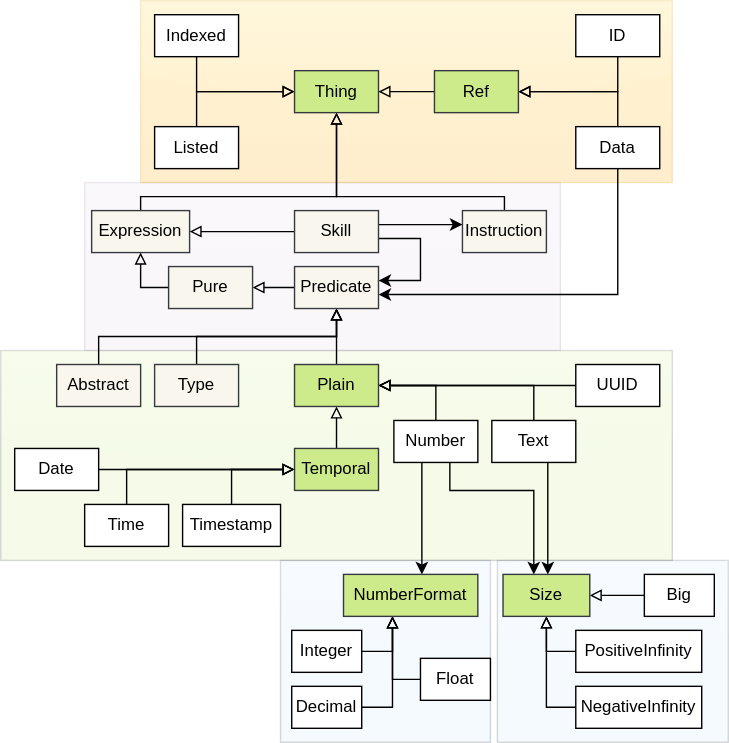
The draw.io diagram research/Things.svg in rudiments-dev/hardcore, before a commit. Source tidied: cells renumbered, new cells last; positions are measured from the earlier drawing's top-left corner, leaving out a move shared by most shapes. Source of this version:
```xml
<mxGraphModel>
  <root>
    <mxCell id="0" />
    <mxCell id="1" parent="0" />
    <mxCell id="2" style="rounded=0;whiteSpace=wrap;html=1;fontSize=12;fillColor=#e1d5e7;strokeColor=#9673a6;glass=1;opacity=20;" parent="1" vertex="1">
      <mxGeometry x="60" y="130" width="340" height="120" as="geometry" />
    </mxCell>
    <mxCell id="3" style="rounded=0;whiteSpace=wrap;html=1;fontSize=12;fillColor=#ffcd28;strokeColor=#d79b00;glass=1;opacity=20;gradientColor=#ffa500;" parent="1" vertex="1">
      <mxGeometry x="100" width="380" height="130" as="geometry" />
    </mxCell>
    <mxCell id="4" style="rounded=0;whiteSpace=wrap;html=1;fontSize=12;fillColor=#cce5ff;strokeColor=#36393d;glass=1;opacity=20;" parent="1" vertex="1">
      <mxGeometry x="200" y="400" width="150" height="130" as="geometry" />
    </mxCell>
    <mxCell id="5" style="rounded=0;whiteSpace=wrap;html=1;fontSize=12;fillColor=#cce5ff;strokeColor=#36393d;glass=1;opacity=20;" parent="1" vertex="1">
      <mxGeometry x="355" y="400" width="165" height="130" as="geometry" />
    </mxCell>
    <mxCell id="6" style="rounded=0;whiteSpace=wrap;html=1;fontSize=12;fillColor=#cdeb8b;strokeColor=#36393d;glass=1;opacity=20;" parent="1" vertex="1">
      <mxGeometry y="250" width="480" height="150" as="geometry" />
    </mxCell>
    <mxCell id="7" style="edgeStyle=orthogonalEdgeStyle;rounded=0;jettySize=auto;html=1;endArrow=none;endFill=0;fontSize=12;startArrow=block;startFill=0;jumpStyle=arc;" parent="1" edge="1" source="54" target="15">
      <mxGeometry relative="1" as="geometry">
        <Array as="points">
          <mxPoint x="441" y="65" />
        </Array>
      </mxGeometry>
    </mxCell>
    <mxCell id="8" style="edgeStyle=orthogonalEdgeStyle;rounded=0;jettySize=auto;html=1;endArrow=classic;endFill=1;fontSize=12;startArrow=none;startFill=0;startSize=12;" parent="1" edge="1" source="25" target="41">
      <mxGeometry relative="1" as="geometry">
        <Array as="points">
          <mxPoint x="321" y="350" />
          <mxPoint x="381" y="350" />
        </Array>
      </mxGeometry>
    </mxCell>
    <mxCell id="9" style="edgeStyle=orthogonalEdgeStyle;rounded=0;jettySize=auto;html=1;endArrow=none;endFill=0;fontSize=12;startArrow=block;startFill=0;" parent="1" edge="1" source="11" target="34">
      <mxGeometry relative="1" as="geometry" />
    </mxCell>
    <mxCell id="10" style="edgeStyle=orthogonalEdgeStyle;rounded=0;jettySize=auto;html=1;endArrow=none;endFill=0;fontSize=12;startArrow=block;startFill=0;" parent="1" edge="1" source="11" target="35">
      <mxGeometry relative="1" as="geometry" />
    </mxCell>
    <mxCell id="11" value="Thing" style="rounded=0;whiteSpace=wrap;html=1;fontSize=12;fillColor=#cdeb8b;strokeColor=#36393d;" parent="1" vertex="1">
      <mxGeometry x="210" y="50" width="60" height="30" as="geometry" />
    </mxCell>
    <mxCell id="12" style="edgeStyle=orthogonalEdgeStyle;rounded=0;jumpSize=12;jettySize=auto;html=1;endArrow=block;endFill=0;" parent="1" edge="1" source="13" target="61">
      <mxGeometry relative="1" as="geometry">
        <Array as="points">
          <mxPoint x="70" y="240" />
          <mxPoint x="240" y="240" />
        </Array>
      </mxGeometry>
    </mxCell>
    <mxCell id="13" value="Abstract" style="rounded=0;whiteSpace=wrap;html=1;fontSize=12;fillColor=#f9f7ed;strokeColor=#36393d;" parent="1" vertex="1">
      <mxGeometry x="40" y="260" width="60" height="30" as="geometry" />
    </mxCell>
    <mxCell id="14" style="edgeStyle=orthogonalEdgeStyle;rounded=0;jumpSize=12;jettySize=auto;html=1;endArrow=classic;endFill=1;" parent="1" edge="1" source="15" target="61">
      <mxGeometry relative="1" as="geometry">
        <Array as="points">
          <mxPoint x="441" y="210" />
        </Array>
      </mxGeometry>
    </mxCell>
    <mxCell id="15" value="Data" style="rounded=0;whiteSpace=wrap;html=1;fontSize=12;" parent="1" vertex="1">
      <mxGeometry x="411" y="90" width="60" height="30" as="geometry" />
    </mxCell>
    <mxCell id="16" style="edgeStyle=orthogonalEdgeStyle;rounded=0;jumpSize=12;jettySize=auto;html=1;endArrow=block;endFill=0;" parent="1" edge="1" source="17" target="61">
      <mxGeometry relative="1" as="geometry">
        <Array as="points">
          <mxPoint x="140" y="240" />
          <mxPoint x="240" y="240" />
        </Array>
      </mxGeometry>
    </mxCell>
    <mxCell id="17" value="Type" style="rounded=0;whiteSpace=wrap;html=1;fontSize=12;fillColor=#f9f7ed;strokeColor=#36393d;" parent="1" vertex="1">
      <mxGeometry x="110" y="260" width="60" height="30" as="geometry" />
    </mxCell>
    <mxCell id="18" style="edgeStyle=orthogonalEdgeStyle;rounded=0;jettySize=auto;html=1;endArrow=none;endFill=0;fontSize=12;startArrow=block;startFill=0;" parent="1" edge="1" source="23" target="25">
      <mxGeometry relative="1" as="geometry" />
    </mxCell>
    <mxCell id="19" style="edgeStyle=orthogonalEdgeStyle;rounded=0;jettySize=auto;html=1;endArrow=none;endFill=0;fontSize=12;startArrow=block;startFill=0;" parent="1" edge="1" source="23" target="26">
      <mxGeometry relative="1" as="geometry" />
    </mxCell>
    <mxCell id="20" style="edgeStyle=orthogonalEdgeStyle;rounded=0;jettySize=auto;html=1;endArrow=none;endFill=0;fontSize=12;startArrow=block;startFill=0;" parent="1" edge="1" source="23" target="30">
      <mxGeometry relative="1" as="geometry" />
    </mxCell>
    <mxCell id="21" style="edgeStyle=orthogonalEdgeStyle;rounded=0;jettySize=auto;html=1;endArrow=none;endFill=0;fontSize=12;startArrow=block;startFill=0;" parent="1" edge="1" source="23" target="36">
      <mxGeometry relative="1" as="geometry">
        <Array as="points">
          <mxPoint x="465" y="275" />
        </Array>
      </mxGeometry>
    </mxCell>
    <mxCell id="22" style="edgeStyle=orthogonalEdgeStyle;rounded=0;jumpSize=12;jettySize=auto;html=1;endArrow=block;endFill=0;" parent="1" edge="1" source="23" target="61">
      <mxGeometry relative="1" as="geometry" />
    </mxCell>
    <mxCell id="23" value="Plain" style="rounded=0;whiteSpace=wrap;html=1;fontSize=12;fillColor=#cdeb8b;strokeColor=#36393d;" parent="1" vertex="1">
      <mxGeometry x="210" y="260" width="60" height="30" as="geometry" />
    </mxCell>
    <mxCell id="24" style="edgeStyle=orthogonalEdgeStyle;rounded=0;jettySize=auto;html=1;startArrow=none;startFill=0;startSize=12;endArrow=classic;endFill=1;fontSize=12;" parent="1" edge="1" source="25" target="45">
      <mxGeometry relative="1" as="geometry">
        <Array as="points">
          <mxPoint x="301" y="350" />
          <mxPoint x="301" y="350" />
        </Array>
      </mxGeometry>
    </mxCell>
    <mxCell id="25" value="Number" style="rounded=0;whiteSpace=wrap;html=1;fontSize=12;" parent="1" vertex="1">
      <mxGeometry x="281" y="300" width="60" height="30" as="geometry" />
    </mxCell>
    <mxCell id="26" value="Text" style="rounded=0;whiteSpace=wrap;html=1;fontSize=12;" parent="1" vertex="1">
      <mxGeometry x="351" y="300" width="60" height="30" as="geometry" />
    </mxCell>
    <mxCell id="27" style="edgeStyle=orthogonalEdgeStyle;rounded=0;jettySize=auto;html=1;endArrow=none;endFill=0;fontSize=12;startArrow=block;startFill=0;" parent="1" edge="1" source="30" target="31">
      <mxGeometry relative="1" as="geometry" />
    </mxCell>
    <mxCell id="28" style="edgeStyle=orthogonalEdgeStyle;rounded=0;jettySize=auto;html=1;endArrow=none;endFill=0;fontSize=12;startArrow=block;startFill=0;" parent="1" edge="1" source="30" target="32">
      <mxGeometry relative="1" as="geometry" />
    </mxCell>
    <mxCell id="29" style="edgeStyle=orthogonalEdgeStyle;rounded=0;jettySize=auto;html=1;endArrow=none;endFill=0;fontSize=12;startArrow=block;startFill=0;" parent="1" edge="1" source="30" target="33">
      <mxGeometry relative="1" as="geometry" />
    </mxCell>
    <mxCell id="30" value="Temporal" style="rounded=0;whiteSpace=wrap;html=1;fontSize=12;fillColor=#cdeb8b;strokeColor=#36393d;" parent="1" vertex="1">
      <mxGeometry x="210" y="320" width="60" height="30" as="geometry" />
    </mxCell>
    <mxCell id="31" value="Date" style="rounded=0;whiteSpace=wrap;html=1;fontSize=12;" parent="1" vertex="1">
      <mxGeometry x="10" y="320" width="60" height="30" as="geometry" />
    </mxCell>
    <mxCell id="32" value="Time" style="rounded=0;whiteSpace=wrap;html=1;fontSize=12;" parent="1" vertex="1">
      <mxGeometry x="60" y="360" width="60" height="30" as="geometry" />
    </mxCell>
    <mxCell id="33" value="Timestamp" style="rounded=0;whiteSpace=wrap;html=1;fontSize=12;" parent="1" vertex="1">
      <mxGeometry x="130" y="360" width="70" height="30" as="geometry" />
    </mxCell>
    <mxCell id="34" value="Listed" style="rounded=0;whiteSpace=wrap;html=1;fontSize=12;" parent="1" vertex="1">
      <mxGeometry x="110" y="90" width="60" height="30" as="geometry" />
    </mxCell>
    <mxCell id="35" value="Indexed" style="rounded=0;whiteSpace=wrap;html=1;fontSize=12;" parent="1" vertex="1">
      <mxGeometry x="110" y="10" width="60" height="30" as="geometry" />
    </mxCell>
    <mxCell id="36" value="UUID" style="rounded=0;whiteSpace=wrap;html=1;fontSize=12;" parent="1" vertex="1">
      <mxGeometry x="411" y="260" width="60" height="30" as="geometry" />
    </mxCell>
    <mxCell id="37" style="edgeStyle=orthogonalEdgeStyle;rounded=0;jettySize=auto;html=1;endArrow=classic;endFill=1;fontSize=12;startArrow=none;startFill=0;startSize=12;" parent="1" edge="1" source="26" target="41">
      <mxGeometry relative="1" as="geometry">
        <Array as="points">
          <mxPoint x="391" y="380" />
          <mxPoint x="391" y="380" />
        </Array>
      </mxGeometry>
    </mxCell>
    <mxCell id="38" style="edgeStyle=orthogonalEdgeStyle;rounded=0;jettySize=auto;html=1;startArrow=block;startFill=0;startSize=6;endArrow=none;endFill=0;fontSize=12;" parent="1" edge="1" source="41" target="49">
      <mxGeometry relative="1" as="geometry" />
    </mxCell>
    <mxCell id="39" style="edgeStyle=orthogonalEdgeStyle;rounded=0;jettySize=auto;html=1;startArrow=block;startFill=0;startSize=6;endArrow=none;endFill=0;fontSize=12;" parent="1" edge="1" source="41" target="50">
      <mxGeometry relative="1" as="geometry">
        <Array as="points">
          <mxPoint x="390" y="465" />
        </Array>
      </mxGeometry>
    </mxCell>
    <mxCell id="40" style="edgeStyle=orthogonalEdgeStyle;rounded=0;jettySize=auto;html=1;startArrow=block;startFill=0;startSize=6;endArrow=none;endFill=0;fontSize=12;" parent="1" edge="1" source="41" target="51">
      <mxGeometry relative="1" as="geometry">
        <Array as="points">
          <mxPoint x="390" y="505" />
        </Array>
      </mxGeometry>
    </mxCell>
    <mxCell id="41" value="Size" style="rounded=0;whiteSpace=wrap;html=1;fontSize=12;fillColor=#cdeb8b;strokeColor=#36393d;" parent="1" vertex="1">
      <mxGeometry x="359" y="410" width="62" height="30" as="geometry" />
    </mxCell>
    <mxCell id="42" style="edgeStyle=orthogonalEdgeStyle;rounded=0;jettySize=auto;html=1;startArrow=block;startFill=0;startSize=6;endArrow=none;endFill=0;fontSize=12;" parent="1" edge="1" source="45" target="46">
      <mxGeometry relative="1" as="geometry">
        <Array as="points">
          <mxPoint x="280" y="465" />
        </Array>
      </mxGeometry>
    </mxCell>
    <mxCell id="43" style="edgeStyle=orthogonalEdgeStyle;rounded=0;jettySize=auto;html=1;startArrow=block;startFill=0;startSize=6;endArrow=none;endFill=0;fontSize=12;" parent="1" edge="1" source="45" target="47">
      <mxGeometry relative="1" as="geometry">
        <Array as="points">
          <mxPoint x="280" y="485" />
        </Array>
      </mxGeometry>
    </mxCell>
    <mxCell id="44" style="edgeStyle=orthogonalEdgeStyle;rounded=0;jettySize=auto;html=1;startArrow=block;startFill=0;startSize=6;endArrow=none;endFill=0;fontSize=12;" parent="1" edge="1" source="45" target="48">
      <mxGeometry relative="1" as="geometry">
        <Array as="points">
          <mxPoint x="280" y="505" />
        </Array>
      </mxGeometry>
    </mxCell>
    <mxCell id="45" value="NumberFormat" style="rounded=0;whiteSpace=wrap;html=1;fontSize=12;fillColor=#cdeb8b;strokeColor=#36393d;" parent="1" vertex="1">
      <mxGeometry x="245" y="410" width="96" height="30" as="geometry" />
    </mxCell>
    <mxCell id="46" value="Integer" style="rounded=0;whiteSpace=wrap;html=1;fontSize=12;" parent="1" vertex="1">
      <mxGeometry x="208" y="450" width="50" height="30" as="geometry" />
    </mxCell>
    <mxCell id="47" value="Float" style="rounded=0;whiteSpace=wrap;html=1;fontSize=12;" parent="1" vertex="1">
      <mxGeometry x="300" y="470" width="50" height="30" as="geometry" />
    </mxCell>
    <mxCell id="48" value="Decimal" style="rounded=0;whiteSpace=wrap;html=1;fontSize=12;" parent="1" vertex="1">
      <mxGeometry x="208" y="490" width="50" height="30" as="geometry" />
    </mxCell>
    <mxCell id="49" value="Big" style="rounded=0;whiteSpace=wrap;html=1;fontSize=12;" parent="1" vertex="1">
      <mxGeometry x="460" y="410" width="50" height="30" as="geometry" />
    </mxCell>
    <mxCell id="50" value="PositiveInfinity" style="rounded=0;whiteSpace=wrap;html=1;fontSize=12;" parent="1" vertex="1">
      <mxGeometry x="411" y="450" width="90" height="30" as="geometry" />
    </mxCell>
    <mxCell id="51" value="NegativeInfinity" style="rounded=0;whiteSpace=wrap;html=1;fontSize=12;" parent="1" vertex="1">
      <mxGeometry x="411" y="490" width="90" height="30" as="geometry" />
    </mxCell>
    <mxCell id="52" style="edgeStyle=orthogonalEdgeStyle;rounded=0;jumpStyle=arc;jettySize=auto;html=1;startArrow=block;startFill=0;startSize=6;endArrow=none;endFill=0;fontSize=12;" parent="1" edge="1" source="54" target="55">
      <mxGeometry relative="1" as="geometry">
        <Array as="points">
          <mxPoint x="441" y="65" />
        </Array>
      </mxGeometry>
    </mxCell>
    <mxCell id="53" style="edgeStyle=orthogonalEdgeStyle;rounded=0;jumpSize=12;jettySize=auto;html=1;endArrow=block;endFill=0;" parent="1" edge="1" source="54" target="11">
      <mxGeometry relative="1" as="geometry" />
    </mxCell>
    <mxCell id="54" value="Ref" style="rounded=0;whiteSpace=wrap;html=1;fontSize=12;fillColor=#cdeb8b;strokeColor=#36393d;" parent="1" vertex="1">
      <mxGeometry x="310" y="50" width="60" height="30" as="geometry" />
    </mxCell>
    <mxCell id="55" value="ID" style="rounded=0;whiteSpace=wrap;html=1;fontSize=12;" parent="1" vertex="1">
      <mxGeometry x="411" y="10" width="60" height="30" as="geometry" />
    </mxCell>
    <mxCell id="56" style="edgeStyle=orthogonalEdgeStyle;rounded=0;jumpSize=12;jettySize=auto;html=1;endArrow=block;endFill=0;" parent="1" edge="1" source="57" target="11">
      <mxGeometry relative="1" as="geometry">
        <Array as="points">
          <mxPoint x="360" y="140" />
          <mxPoint x="240" y="140" />
        </Array>
      </mxGeometry>
    </mxCell>
    <mxCell id="57" value="Instruction" style="rounded=0;whiteSpace=wrap;html=1;fontSize=12;fillColor=#f9f7ed;strokeColor=#36393d;" parent="1" vertex="1">
      <mxGeometry x="330" y="150" width="60" height="30" as="geometry" />
    </mxCell>
    <mxCell id="58" style="edgeStyle=orthogonalEdgeStyle;rounded=0;jumpSize=12;jettySize=auto;html=1;endArrow=block;endFill=0;" parent="1" edge="1" source="59" target="11">
      <mxGeometry relative="1" as="geometry">
        <Array as="points">
          <mxPoint x="100" y="140" />
          <mxPoint x="240" y="140" />
        </Array>
      </mxGeometry>
    </mxCell>
    <mxCell id="59" value="Expression" style="rounded=0;whiteSpace=wrap;html=1;fontSize=12;fillColor=#f9f7ed;strokeColor=#36393d;" parent="1" vertex="1">
      <mxGeometry x="65" y="150" width="70" height="30" as="geometry" />
    </mxCell>
    <mxCell id="60" style="edgeStyle=orthogonalEdgeStyle;rounded=0;jumpSize=12;jettySize=auto;html=1;endArrow=block;endFill=0;" parent="1" edge="1" source="61" target="67">
      <mxGeometry relative="1" as="geometry" />
    </mxCell>
    <mxCell id="61" value="Predicate" style="rounded=0;whiteSpace=wrap;html=1;fontSize=12;fillColor=#f9f7ed;strokeColor=#36393d;" parent="1" vertex="1">
      <mxGeometry x="210" y="190" width="60" height="30" as="geometry" />
    </mxCell>
    <mxCell id="62" style="edgeStyle=orthogonalEdgeStyle;rounded=0;jumpSize=12;jettySize=auto;html=1;endArrow=classic;endFill=1;" parent="1" edge="1" source="65" target="57">
      <mxGeometry relative="1" as="geometry">
        <Array as="points">
          <mxPoint x="290" y="160" />
          <mxPoint x="290" y="160" />
        </Array>
      </mxGeometry>
    </mxCell>
    <mxCell id="63" style="edgeStyle=orthogonalEdgeStyle;rounded=0;jumpSize=12;jettySize=auto;html=1;endArrow=classic;endFill=1;" parent="1" edge="1" source="65" target="61">
      <mxGeometry relative="1" as="geometry">
        <Array as="points">
          <mxPoint x="300" y="170" />
          <mxPoint x="300" y="200" />
        </Array>
      </mxGeometry>
    </mxCell>
    <mxCell id="64" style="edgeStyle=orthogonalEdgeStyle;rounded=0;jumpSize=12;jettySize=auto;html=1;endArrow=block;endFill=0;" parent="1" edge="1" source="65" target="59">
      <mxGeometry relative="1" as="geometry" />
    </mxCell>
    <mxCell id="65" value="Skill" style="rounded=0;whiteSpace=wrap;html=1;fontSize=12;fillColor=#f9f7ed;strokeColor=#36393d;" parent="1" vertex="1">
      <mxGeometry x="210" y="150" width="60" height="30" as="geometry" />
    </mxCell>
    <mxCell id="66" style="edgeStyle=orthogonalEdgeStyle;rounded=0;jumpSize=12;jettySize=auto;html=1;endArrow=block;endFill=0;" parent="1" edge="1" source="67" target="59">
      <mxGeometry relative="1" as="geometry">
        <Array as="points">
          <mxPoint x="100" y="205" />
        </Array>
      </mxGeometry>
    </mxCell>
    <mxCell id="67" value="Pure" style="rounded=0;whiteSpace=wrap;html=1;fontSize=12;fillColor=#f9f7ed;strokeColor=#36393d;" parent="1" vertex="1">
      <mxGeometry x="120" y="190" width="60" height="30" as="geometry" />
    </mxCell>
  </root>
</mxGraphModel>
```
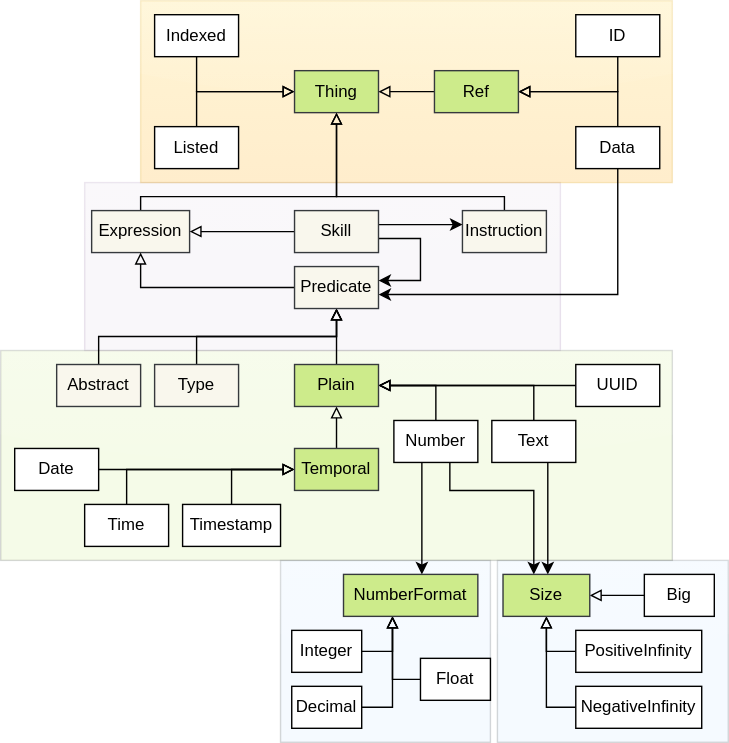
After the commit.

Change to the diagram source:
```diff
@@ -247,7 +247,7 @@
     <mxCell id="59" value="Expression" style="rounded=0;whiteSpace=wrap;html=1;fontSize=12;fillColor=#f9f7ed;strokeColor=#36393d;" parent="1" vertex="1">
       <mxGeometry x="65" y="150" width="70" height="30" as="geometry" />
     </mxCell>
-    <mxCell id="60" style="edgeStyle=orthogonalEdgeStyle;rounded=0;jumpSize=12;jettySize=auto;html=1;endArrow=block;endFill=0;" parent="1" edge="1" source="61" target="67">
+    <mxCell id="60" style="edgeStyle=orthogonalEdgeStyle;rounded=0;jumpSize=12;jettySize=auto;html=1;endArrow=block;endFill=0;" parent="1" edge="1" source="61" target="59">
       <mxGeometry relative="1" as="geometry" />
     </mxCell>
     <mxCell id="61" value="Predicate" style="rounded=0;whiteSpace=wrap;html=1;fontSize=12;fillColor=#f9f7ed;strokeColor=#36393d;" parent="1" vertex="1">
@@ -275,15 +275,5 @@
     <mxCell id="65" value="Skill" style="rounded=0;whiteSpace=wrap;html=1;fontSize=12;fillColor=#f9f7ed;strokeColor=#36393d;" parent="1" vertex="1">
       <mxGeometry x="210" y="150" width="60" height="30" as="geometry" />
     </mxCell>
-    <mxCell id="66" style="edgeStyle=orthogonalEdgeStyle;rounded=0;jumpSize=12;jettySize=auto;html=1;endArrow=block;endFill=0;" parent="1" edge="1" source="67" target="59">
-      <mxGeometry relative="1" as="geometry">
-        <Array as="points">
-          <mxPoint x="100" y="205" />
-        </Array>
-      </mxGeometry>
-    </mxCell>
-    <mxCell id="67" value="Pure" style="rounded=0;whiteSpace=wrap;html=1;fontSize=12;fillColor=#f9f7ed;strokeColor=#36393d;" parent="1" vertex="1">
-      <mxGeometry x="120" y="190" width="60" height="30" as="geometry" />
-    </mxCell>
   </root>
 </mxGraphModel>
```
